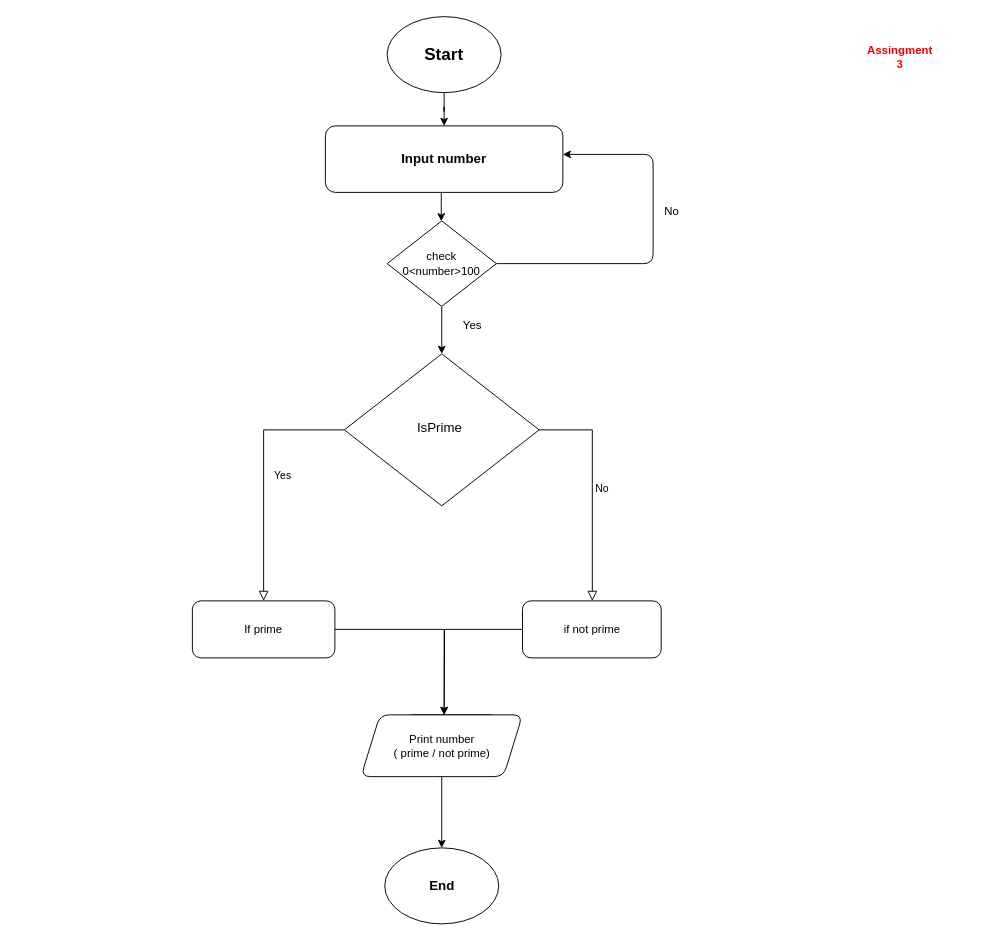
This is Untitled Diagram.drawio from salim963/Assignment-3-and-4, a draw.io file, before an edit. Source tidied: cells renumbered, new cells numbered last; positions are measured from the earlier drawing's top-left corner, leaving out a move shared by most shapes. Both pictures are drawn from the tidied source at 95%, with x=0, y=0 at pixel (192, 16).
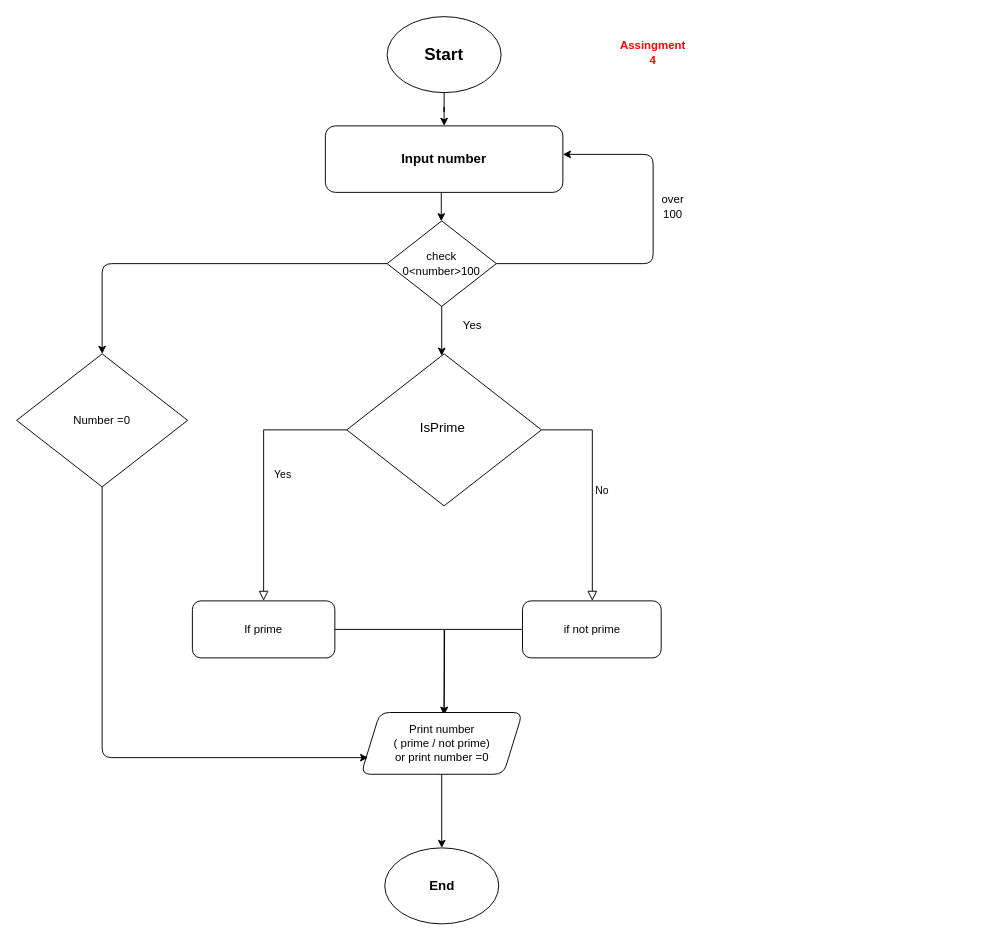
The same diagram, later.

The change refers to these unchanged cells:
```xml
<mxCell id="19" value="check 0&amp;lt;number&amp;gt;100" style="rhombus;whiteSpace=wrap;html=1;" parent="1" vertex="1">
  <mxGeometry x="205" y="215" width="115" height="90" as="geometry" />
</mxCell>
```

What changed in the source:
```diff
@@
     <mxCell id="6" value="&lt;font style=&quot;font-size: 14px&quot;&gt;IsPrime&amp;nbsp;&lt;/font&gt;" style="rhombus;whiteSpace=wrap;html=1;shadow=0;fontFamily=Helvetica;fontSize=12;align=center;strokeWidth=1;spacing=6;spacingTop=-4;" parent="1" vertex="1">
-      <mxGeometry x="160" y="355" width="205" height="160" as="geometry" />
+      <mxGeometry x="162.5" y="355" width="205" height="160" as="geometry" />
     </mxCell>
@@
-    <mxCell id="13" value="Print number&lt;br&gt;( prime / not prime)" style="shape=parallelogram;perimeter=parallelogramPerimeter;whiteSpace=wrap;html=1;fixedSize=1;rounded=1;shadow=0;strokeWidth=1;glass=0;" parent="1" vertex="1">
-      <mxGeometry x="177.5" y="735" width="170" height="65" as="geometry" />
+    <mxCell id="13" value="Print number&lt;br&gt;( prime / not prime)&lt;br&gt;or print number =0" style="shape=parallelogram;perimeter=parallelogramPerimeter;whiteSpace=wrap;html=1;fixedSize=1;rounded=1;shadow=0;strokeWidth=1;glass=0;" parent="1" vertex="1">
+      <mxGeometry x="177.5" y="732.5" width="170" height="65" as="geometry" />
     </mxCell>
@@
-    <mxCell id="17" value="&lt;font color=&quot;#ff0000&quot;&gt;&lt;b&gt;Assingment &lt;br&gt;3&lt;/b&gt;&lt;/font&gt;" style="text;html=1;strokeColor=none;fillColor=none;align=center;verticalAlign=middle;whiteSpace=wrap;rounded=0;" parent="1" vertex="1">
-      <mxGeometry x="675" y="5" width="140" height="75" as="geometry" />
+    <mxCell id="17" value="&lt;font color=&quot;#ff0000&quot;&gt;&lt;b&gt;Assingment &lt;br&gt;4&lt;br&gt;&lt;/b&gt;&lt;/font&gt;" style="text;html=1;strokeColor=none;fillColor=none;align=center;verticalAlign=middle;whiteSpace=wrap;rounded=0;" parent="1" vertex="1">
+      <mxGeometry x="415" width="140" height="75" as="geometry" />
     </mxCell>
@@
-    <mxCell id="22" value="No" style="text;html=1;strokeColor=none;fillColor=none;align=center;verticalAlign=middle;whiteSpace=wrap;rounded=0;" parent="1" vertex="1">
-      <mxGeometry x="485" y="195" width="40" height="20" as="geometry" />
+    <mxCell id="22" value="over 100" style="text;html=1;strokeColor=none;fillColor=none;align=center;verticalAlign=middle;whiteSpace=wrap;rounded=0;" parent="1" vertex="1">
+      <mxGeometry x="485" y="185" width="41.5" height="30" as="geometry" />
     </mxCell>
+    <mxCell id="23" value="Number =0" style="rhombus;whiteSpace=wrap;html=1;" parent="1" vertex="1">
+      <mxGeometry x="-185" y="355" width="180" height="140" as="geometry" />
+    </mxCell>
+    <mxCell id="24" style="edgeStyle=segmentEdgeStyle;endArrow=classic;html=1;exitX=0;exitY=0.5;exitDx=0;exitDy=0;entryX=0.5;entryY=0;entryDx=0;entryDy=0;" parent="1" edge="1" source="19" target="23">
+      <mxGeometry relative="1" as="geometry" />
+    </mxCell>
+    <mxCell id="25" style="edgeStyle=segmentEdgeStyle;endArrow=classic;html=1;exitX=0.5;exitY=1;exitDx=0;exitDy=0;" parent="1" edge="1" source="23">
+      <mxGeometry relative="1" as="geometry">
+        <mxPoint x="185" y="780" as="targetPoint" />
+        <Array as="points">
+          <mxPoint x="-95" y="780" />
+        </Array>
+      </mxGeometry>
+    </mxCell>
```
